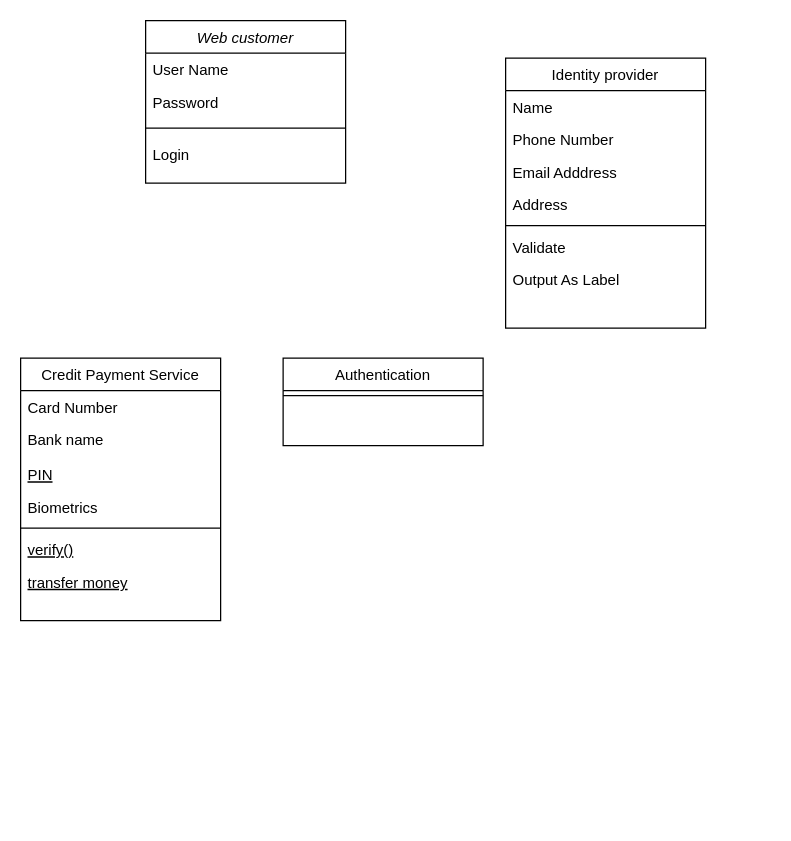
Before: tu-dien/Biểu đồ không có tiêu đề.drawio in 22022658NguyenTienKhoi/dict, a draw.io diagram. Source tidied: cells renumbered, new cells numbered last; positions are measured from the earlier drawing's top-left corner, leaving out a move shared by most shapes. Both pictures are drawn from the tidied source at 125%, with x=0, y=0 at pixel (20, 20).
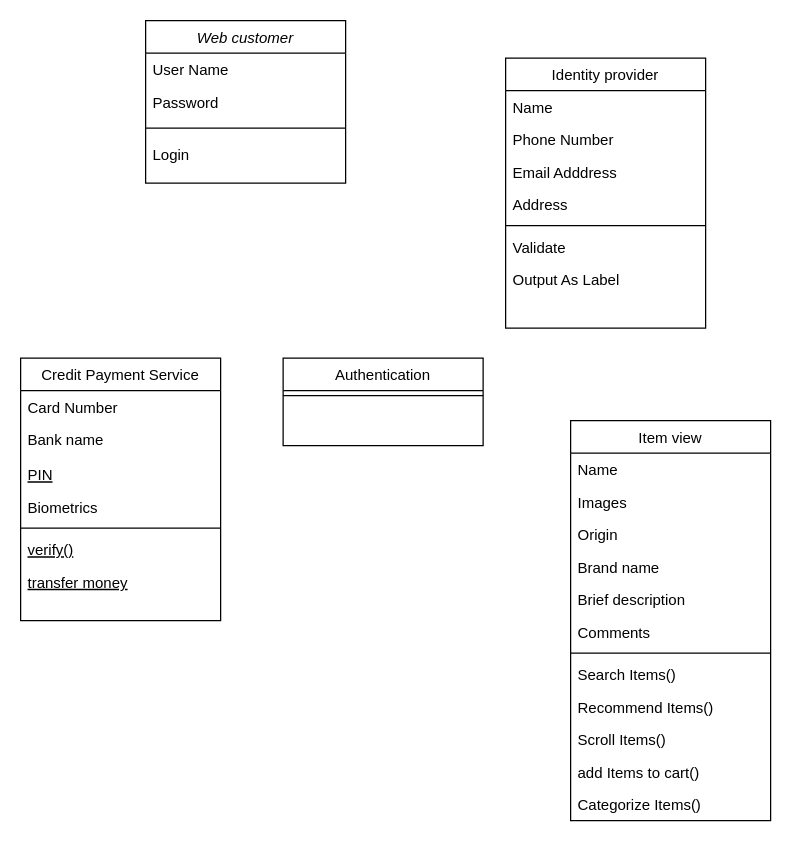
The same page after the edit.

Commit message (it also covers changes not shown here):
Cập nhật Biểu đồ không có tiêu đề.drawio

Change to the diagram source:
```diff
@@
+    <mxCell id="25" value="Item view" style="swimlane;fontStyle=0;align=center;verticalAlign=top;horizontal=1;startSize=26;rounded=0;shadow=0;strokeWidth=1;" parent="1" vertex="1">
+      <mxGeometry x="440" y="320" width="160" height="320" as="geometry" />
+    </mxCell>
+    <mxCell id="26" value="Name" style="text;align=left;verticalAlign=top;spacingLeft=4;spacingRight=4;overflow=hidden;rounded=0;shadow=0;html=0;" parent="25" vertex="1">
+      <mxGeometry y="26" width="160" height="26" as="geometry" />
+    </mxCell>
+    <mxCell id="27" value="Images" style="text;align=left;verticalAlign=top;spacingLeft=4;spacingRight=4;overflow=hidden;rounded=0;shadow=0;html=0;" parent="25" vertex="1">
+      <mxGeometry y="52" width="160" height="26" as="geometry" />
+    </mxCell>
+    <mxCell id="28" value="Origin" style="text;align=left;verticalAlign=top;spacingLeft=4;spacingRight=4;overflow=hidden;rounded=0;shadow=0;html=0;" parent="25" vertex="1">
+      <mxGeometry y="78" width="160" height="26" as="geometry" />
+    </mxCell>
+    <mxCell id="29" value="Brand name" style="text;align=left;verticalAlign=top;spacingLeft=4;spacingRight=4;overflow=hidden;rounded=0;shadow=0;html=0;" parent="25" vertex="1">
+      <mxGeometry y="104" width="160" height="26" as="geometry" />
+    </mxCell>
+    <mxCell id="30" value="Brief description" style="text;align=left;verticalAlign=top;spacingLeft=4;spacingRight=4;overflow=hidden;rounded=0;shadow=0;html=0;" parent="25" vertex="1">
+      <mxGeometry y="130" width="160" height="26" as="geometry" />
+    </mxCell>
+    <mxCell id="31" value="Comments" style="text;align=left;verticalAlign=top;spacingLeft=4;spacingRight=4;overflow=hidden;rounded=0;shadow=0;html=0;" parent="25" vertex="1">
+      <mxGeometry y="156" width="160" height="26" as="geometry" />
+    </mxCell>
+    <mxCell id="32" style="line;html=1;strokeWidth=1;align=left;verticalAlign=middle;spacingTop=-1;spacingLeft=3;spacingRight=3;labelPosition=right;" parent="25" vertex="1">
+      <mxGeometry y="182" width="160" height="8" as="geometry" />
+    </mxCell>
+    <mxCell id="33" value="Search Items()" style="text;align=left;verticalAlign=top;spacingLeft=4;spacingRight=4;overflow=hidden;" parent="25" vertex="1">
+      <mxGeometry y="190" width="160" height="26" as="geometry" />
+    </mxCell>
+    <mxCell id="34" value="Recommend Items()" style="text;align=left;verticalAlign=top;spacingLeft=4;spacingRight=4;overflow=hidden;" parent="25" vertex="1">
+      <mxGeometry y="216" width="160" height="26" as="geometry" />
+    </mxCell>
+    <mxCell id="35" value="Scroll Items()" style="text;align=left;verticalAlign=top;spacingLeft=4;spacingRight=4;overflow=hidden;" parent="25" vertex="1">
+      <mxGeometry y="242" width="160" height="26" as="geometry" />
+    </mxCell>
+    <mxCell id="36" value="add Items to cart()" style="text;align=left;verticalAlign=top;spacingLeft=4;spacingRight=4;overflow=hidden;" parent="25" vertex="1">
+      <mxGeometry y="268" width="160" height="26" as="geometry" />
+    </mxCell>
+    <mxCell id="37" value="Categorize Items()" style="text;align=left;verticalAlign=top;spacingLeft=4;spacingRight=4;overflow=hidden;" parent="25" vertex="1">
+      <mxGeometry y="294" width="160" height="26" as="geometry" />
+    </mxCell>
```
